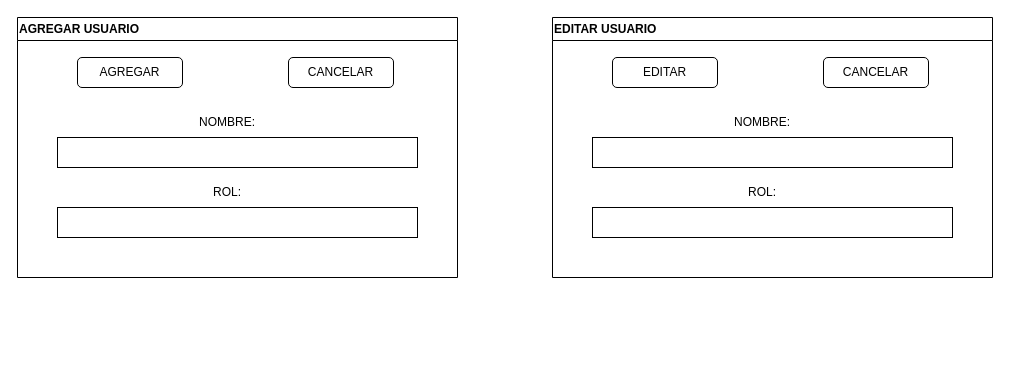
Earlier version of the draw.io diagram page "Página-3" (3 of 4) of Interface Diagram.drawio (puyojulian/MiniProyecto3FPOE). Source tidied: cells renumbered, new cells numbered last; positions are measured from the earlier drawing's top-left corner, leaving out a move shared by most shapes. Both pictures are drawn from the tidied source at 100%, with x=0, y=0 at pixel (17, 17).
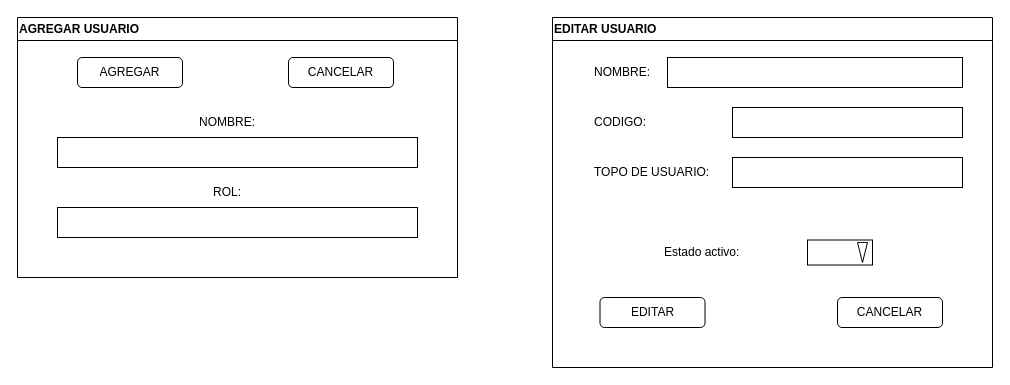
Above is the later version.

Commit message:
Cambio Interfaz Editar Usuario

Diff of the diagram source:
```diff
@@
     <mxCell id="2" value="EDITAR USUARIO" style="swimlane;whiteSpace=wrap;html=1;align=left;" parent="1" vertex="1">
-      <mxGeometry x="535" width="440" height="260" as="geometry" />
+      <mxGeometry x="535" width="440" height="350" as="geometry" />
     </mxCell>
     <mxCell id="3" value="EDITAR" style="rounded=1;whiteSpace=wrap;html=1;" parent="2" vertex="1">
-      <mxGeometry x="60" y="40" width="105" height="30" as="geometry" />
+      <mxGeometry x="47.5" y="280" width="105" height="30" as="geometry" />
     </mxCell>
     <mxCell id="4" value="CANCELAR" style="rounded=1;whiteSpace=wrap;html=1;" parent="2" vertex="1">
-      <mxGeometry x="271" y="40" width="105" height="30" as="geometry" />
+      <mxGeometry x="285" y="280" width="105" height="30" as="geometry" />
     </mxCell>
-    <mxCell id="5" value="NOMBRE:" style="text;html=1;strokeColor=none;fillColor=none;align=center;verticalAlign=middle;whiteSpace=wrap;rounded=0;" parent="2" vertex="1">
-      <mxGeometry x="180" y="90" width="60" height="30" as="geometry" />
+    <mxCell id="5" value="NOMBRE:" style="text;html=1;strokeColor=none;fillColor=none;align=left;verticalAlign=middle;whiteSpace=wrap;rounded=0;" parent="2" vertex="1">
+      <mxGeometry x="40" y="40" width="60" height="30" as="geometry" />
     </mxCell>
     <mxCell id="6" style="rounded=0;whiteSpace=wrap;html=1;" parent="2" vertex="1">
-      <mxGeometry x="40" y="120" width="360" height="30" as="geometry" />
+      <mxGeometry x="115" y="40" width="295" height="30" as="geometry" />
     </mxCell>
-    <mxCell id="7" value="ROL:" style="text;html=1;strokeColor=none;fillColor=none;align=center;verticalAlign=middle;whiteSpace=wrap;rounded=0;" parent="2" vertex="1">
-      <mxGeometry x="180" y="160" width="60" height="30" as="geometry" />
+    <mxCell id="7" value="CODIGO:&amp;nbsp;" style="text;html=1;strokeColor=none;fillColor=none;align=left;verticalAlign=middle;whiteSpace=wrap;rounded=0;" parent="2" vertex="1">
+      <mxGeometry x="40" y="90" width="60" height="30" as="geometry" />
     </mxCell>
     <mxCell id="8" style="rounded=0;whiteSpace=wrap;html=1;" parent="2" vertex="1">
-      <mxGeometry x="40" y="190" width="360" height="30" as="geometry" />
+      <mxGeometry x="180" y="90" width="230" height="30" as="geometry" />
     </mxCell>
+    <mxCell id="16" value="TOPO DE USUARIO:" style="text;html=1;strokeColor=none;fillColor=none;align=left;verticalAlign=middle;whiteSpace=wrap;rounded=0;" parent="2" vertex="1">
+      <mxGeometry x="40" y="140" width="120" height="30" as="geometry" />
+    </mxCell>
+    <mxCell id="17" style="rounded=0;whiteSpace=wrap;html=1;" parent="2" vertex="1">
+      <mxGeometry x="180" y="140" width="230" height="30" as="geometry" />
+    </mxCell>
+    <mxCell id="18" value="Estado activo:" style="text;html=1;strokeColor=none;fillColor=none;align=left;verticalAlign=middle;whiteSpace=wrap;rounded=0;" parent="2" vertex="1">
+      <mxGeometry x="110" y="220" width="120" height="30" as="geometry" />
+    </mxCell>
+    <mxCell id="19" style="rounded=0;whiteSpace=wrap;html=1;" parent="2" vertex="1">
+      <mxGeometry x="255" y="222.5" width="65" height="25" as="geometry" />
+    </mxCell>
+    <mxCell id="20" style="html=1;shadow=0;dashed=0;align=center;verticalAlign=middle;shape=mxgraph.arrows2.arrow;dy=0.6;dx=40;direction=south;notch=0;" parent="2" vertex="1">
+      <mxGeometry x="305" y="225" width="10" height="20" as="geometry" />
+    </mxCell>
```
